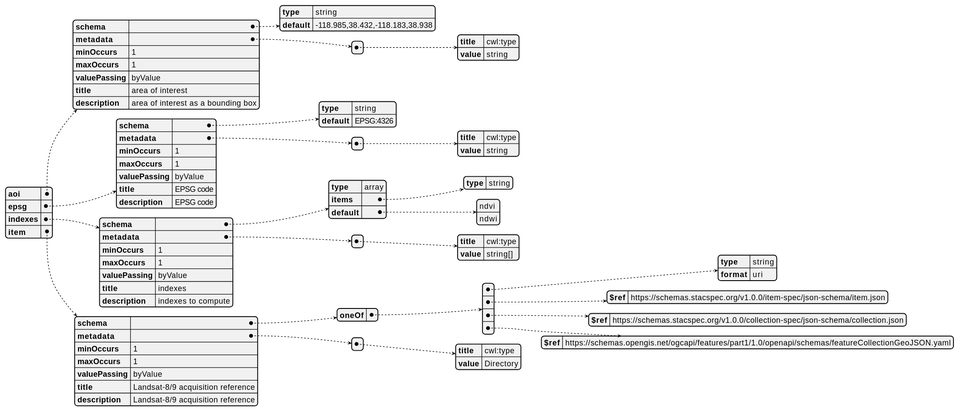
eoap/application-package-patterns keeps this PlantUML diagram as docs/pattern-5/ogc_processes_inputs.svg. Above is the earlier version. Source of this version:
```plantuml
@startjson
{
  "aoi": {
    "schema": {
      "type": "string",
      "default": "-118.985,38.432,-118.183,38.938"
    },
    "metadata": [
      {
        "title": "cwl:type",
        "value": "string"
      }
    ],
    "minOccurs": 1,
    "maxOccurs": 1,
    "valuePassing": "byValue",
    "title": "area of interest",
    "description": "area of interest as a bounding box"
  },
  "epsg": {
    "schema": {
      "type": "string",
      "default": "EPSG:4326"
    },
    "metadata": [
      {
        "title": "cwl:type",
        "value": "string"
      }
    ],
    "minOccurs": 1,
    "maxOccurs": 1,
    "valuePassing": "byValue",
    "title": "EPSG code",
    "description": "EPSG code"
  },
  "indexes": {
    "schema": {
      "type": "array",
      "items": {
        "type": "string"
      },
      "default": [
        "ndvi",
        "ndwi"
      ]
    },
    "metadata": [
      {
        "title": "cwl:type",
        "value": "string[]"
      }
    ],
    "minOccurs": 1,
    "maxOccurs": 1,
    "valuePassing": "byValue",
    "title": "indexes",
    "description": "indexes to compute"
  },
  "item": {
    "schema": {
      "oneOf": [
        {
          "type": "string",
          "format": "uri"
        },
        {
          "$ref": "https://schemas.stacspec.org/v1.0.0/item-spec/json-schema/item.json"
        },
        {
          "$ref": "https://schemas.stacspec.org/v1.0.0/collection-spec/json-schema/collection.json"
        },
        {
          "$ref": "https://schemas.opengis.net/ogcapi/features/part1/1.0/openapi/schemas/featureCollectionGeoJSON.yaml"
        }
      ]
    },
    "metadata": [
      {
        "title": "cwl:type",
        "value": "Directory"
      }
    ],
    "minOccurs": 1,
    "maxOccurs": 1,
    "valuePassing": "byValue",
    "title": "Landsat-8/9 acquisition reference",
    "description": "Landsat-8/9 acquisition reference"
  }
}
@endjson
```
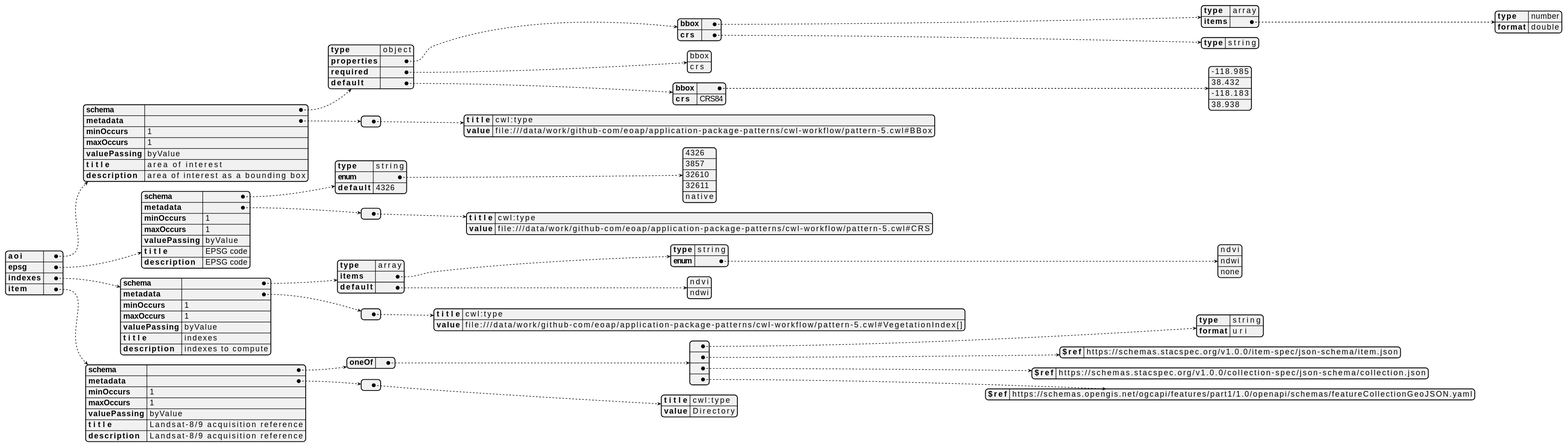
Later version of the same file.

The edit, as a diff of the source:
```diff
@@ -2,13 +2,37 @@
 {
   "aoi": {
     "schema": {
-      "type": "string",
-      "default": "-118.985,38.432,-118.183,38.938"
+      "type": "object",
+      "properties": {
+        "bbox": {
+          "type": "array",
+          "items": {
+            "type": "number",
+            "format": "double"
+          }
+        },
+        "crs": {
+          "type": "string"
+        }
+      },
+      "required": [
+        "bbox",
+        "crs"
+      ],
+      "default": {
+        "bbox": [
+          -118.985,
+          38.432,
+          -118.183,
+          38.938
+        ],
+        "crs": "CRS84"
+      }
     },
     "metadata": [
       {
         "title": "cwl:type",
-        "value": "string"
+        "value": "file:///data/work/github-com/eoap/application-package-patterns/cwl-workflow/pattern-5.cwl#BBox"
       }
     ],
     "minOccurs": 1,
@@ -20,12 +44,19 @@
   "epsg": {
     "schema": {
       "type": "string",
-      "default": "EPSG:4326"
+      "enum": [
+        "4326",
+        "3857",
+        "32610",
+        "32611",
+        "native"
+      ],
+      "default": "4326"
     },
     "metadata": [
       {
         "title": "cwl:type",
-        "value": "string"
+        "value": "file:///data/work/github-com/eoap/application-package-patterns/cwl-workflow/pattern-5.cwl#CRS"
       }
     ],
     "minOccurs": 1,
@@ -38,7 +69,12 @@
     "schema": {
       "type": "array",
       "items": {
-        "type": "string"
+        "type": "string",
+        "enum": [
+          "ndvi",
+          "ndwi",
+          "none"
+        ]
       },
       "default": [
         "ndvi",
@@ -48,7 +84,7 @@
     "metadata": [
       {
         "title": "cwl:type",
-        "value": "string[]"
+        "value": "file:///data/work/github-com/eoap/application-package-patterns/cwl-workflow/pattern-5.cwl#VegetationIndex[]"
       }
     ],
     "minOccurs": 1,
```
